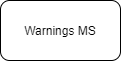
This is Architecture.png from Geeksltd/Olive.Symptoms, a draw.io export, as it was before one commit. Source tidied: cells renumbered, new cells last; positions are measured from the earlier drawing's top-left corner, leaving out a move shared by most shapes.
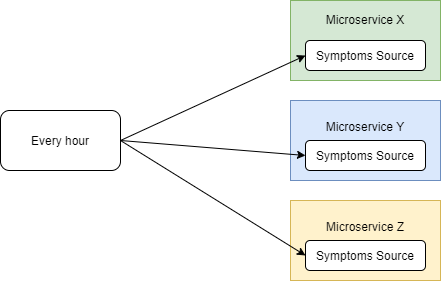
After the change.

What changed in the source:
```diff
@@ -2,8 +2,44 @@
   <root>
     <mxCell id="0" />
     <mxCell id="1" parent="0" />
-    <mxCell id="2" value="Warnings MS" style="rounded=1;whiteSpace=wrap;html=1;" parent="1" vertex="1">
+    <mxCell id="2" value="Every hour" style="rounded=1;whiteSpace=wrap;html=1;" parent="1" vertex="1">
       <mxGeometry width="120" height="60" as="geometry" />
     </mxCell>
+    <mxCell id="3" style="group;" parent="1" vertex="1">
+      <mxGeometry x="290" y="-110" width="150" height="80" as="geometry" />
+    </mxCell>
+    <mxCell id="4" value="Microservice X&lt;br&gt;&lt;br&gt;&lt;br&gt;&lt;br&gt;" style="rounded=0;whiteSpace=wrap;html=1;shadow=0;labelPosition=center;verticalLabelPosition=middle;align=center;verticalAlign=middle;fillColor=#d5e8d4;strokeColor=#82b366;" parent="3" vertex="1">
+      <mxGeometry width="150" height="80" as="geometry" />
+    </mxCell>
+    <mxCell id="5" value="Symptoms Source" style="rounded=1;whiteSpace=wrap;html=1;shadow=0;" parent="3" vertex="1">
+      <mxGeometry x="15" y="40" width="120" height="30" as="geometry" />
+    </mxCell>
+    <mxCell id="6" style="group;strokeColor=#6c8ebf;fillColor=#dae8fc;" parent="1" vertex="1">
+      <mxGeometry x="290" y="-10" width="150" height="80" as="geometry" />
+    </mxCell>
+    <mxCell id="7" value="Microservice Y&lt;br&gt;&lt;br&gt;&lt;br&gt;" style="rounded=0;whiteSpace=wrap;html=1;shadow=0;labelPosition=center;verticalLabelPosition=middle;align=center;verticalAlign=middle;fillColor=#dae8fc;strokeColor=#6c8ebf;" parent="1" vertex="1">
+      <mxGeometry x="290" y="-10" width="150" height="80" as="geometry" />
+    </mxCell>
+    <mxCell id="8" value="Symptoms Source" style="rounded=1;whiteSpace=wrap;html=1;shadow=0;" parent="1" vertex="1">
+      <mxGeometry x="305" y="30" width="120" height="30" as="geometry" />
+    </mxCell>
+    <mxCell id="9" style="group;strokeColor=#6c8ebf;fillColor=#dae8fc;" parent="1" vertex="1">
+      <mxGeometry x="290" y="90" width="150" height="80" as="geometry" />
+    </mxCell>
+    <mxCell id="10" value="Microservice Z&lt;br&gt;&lt;br&gt;&lt;br&gt;" style="rounded=0;whiteSpace=wrap;html=1;shadow=0;labelPosition=center;verticalLabelPosition=middle;align=center;verticalAlign=middle;fillColor=#fff2cc;strokeColor=#d6b656;" parent="1" vertex="1">
+      <mxGeometry x="290" y="90" width="150" height="80" as="geometry" />
+    </mxCell>
+    <mxCell id="11" value="Symptoms Source" style="rounded=1;whiteSpace=wrap;html=1;shadow=0;" parent="1" vertex="1">
+      <mxGeometry x="305" y="130" width="120" height="30" as="geometry" />
+    </mxCell>
+    <mxCell id="12" style="endArrow=classic;html=1;exitX=1;exitY=0.5;exitDx=0;exitDy=0;entryX=0;entryY=0.5;entryDx=0;entryDy=0;" parent="1" edge="1" source="2" target="5">
+      <mxGeometry relative="1" as="geometry" />
+    </mxCell>
+    <mxCell id="13" style="endArrow=classic;html=1;exitX=1;exitY=0.5;exitDx=0;exitDy=0;entryX=0;entryY=0.5;entryDx=0;entryDy=0;" parent="1" edge="1" source="2" target="8">
+      <mxGeometry relative="1" as="geometry" />
+    </mxCell>
+    <mxCell id="14" style="endArrow=classic;html=1;exitX=1;exitY=0.5;exitDx=0;exitDy=0;entryX=0;entryY=0.5;entryDx=0;entryDy=0;" parent="1" edge="1" source="2" target="11">
+      <mxGeometry relative="1" as="geometry" />
+    </mxCell>
   </root>
 </mxGraphModel>
```
